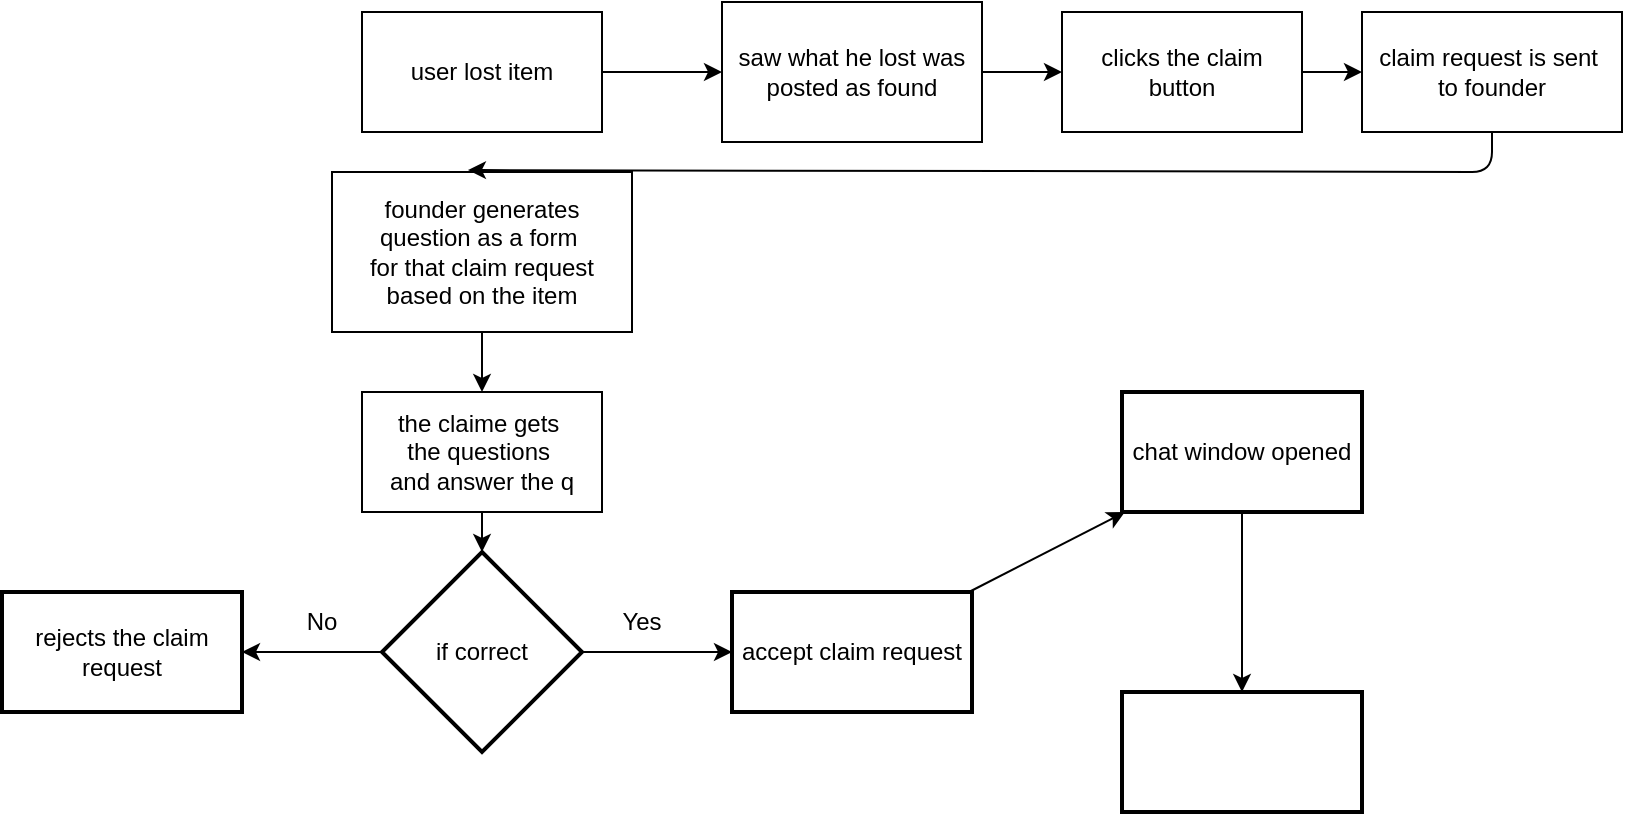
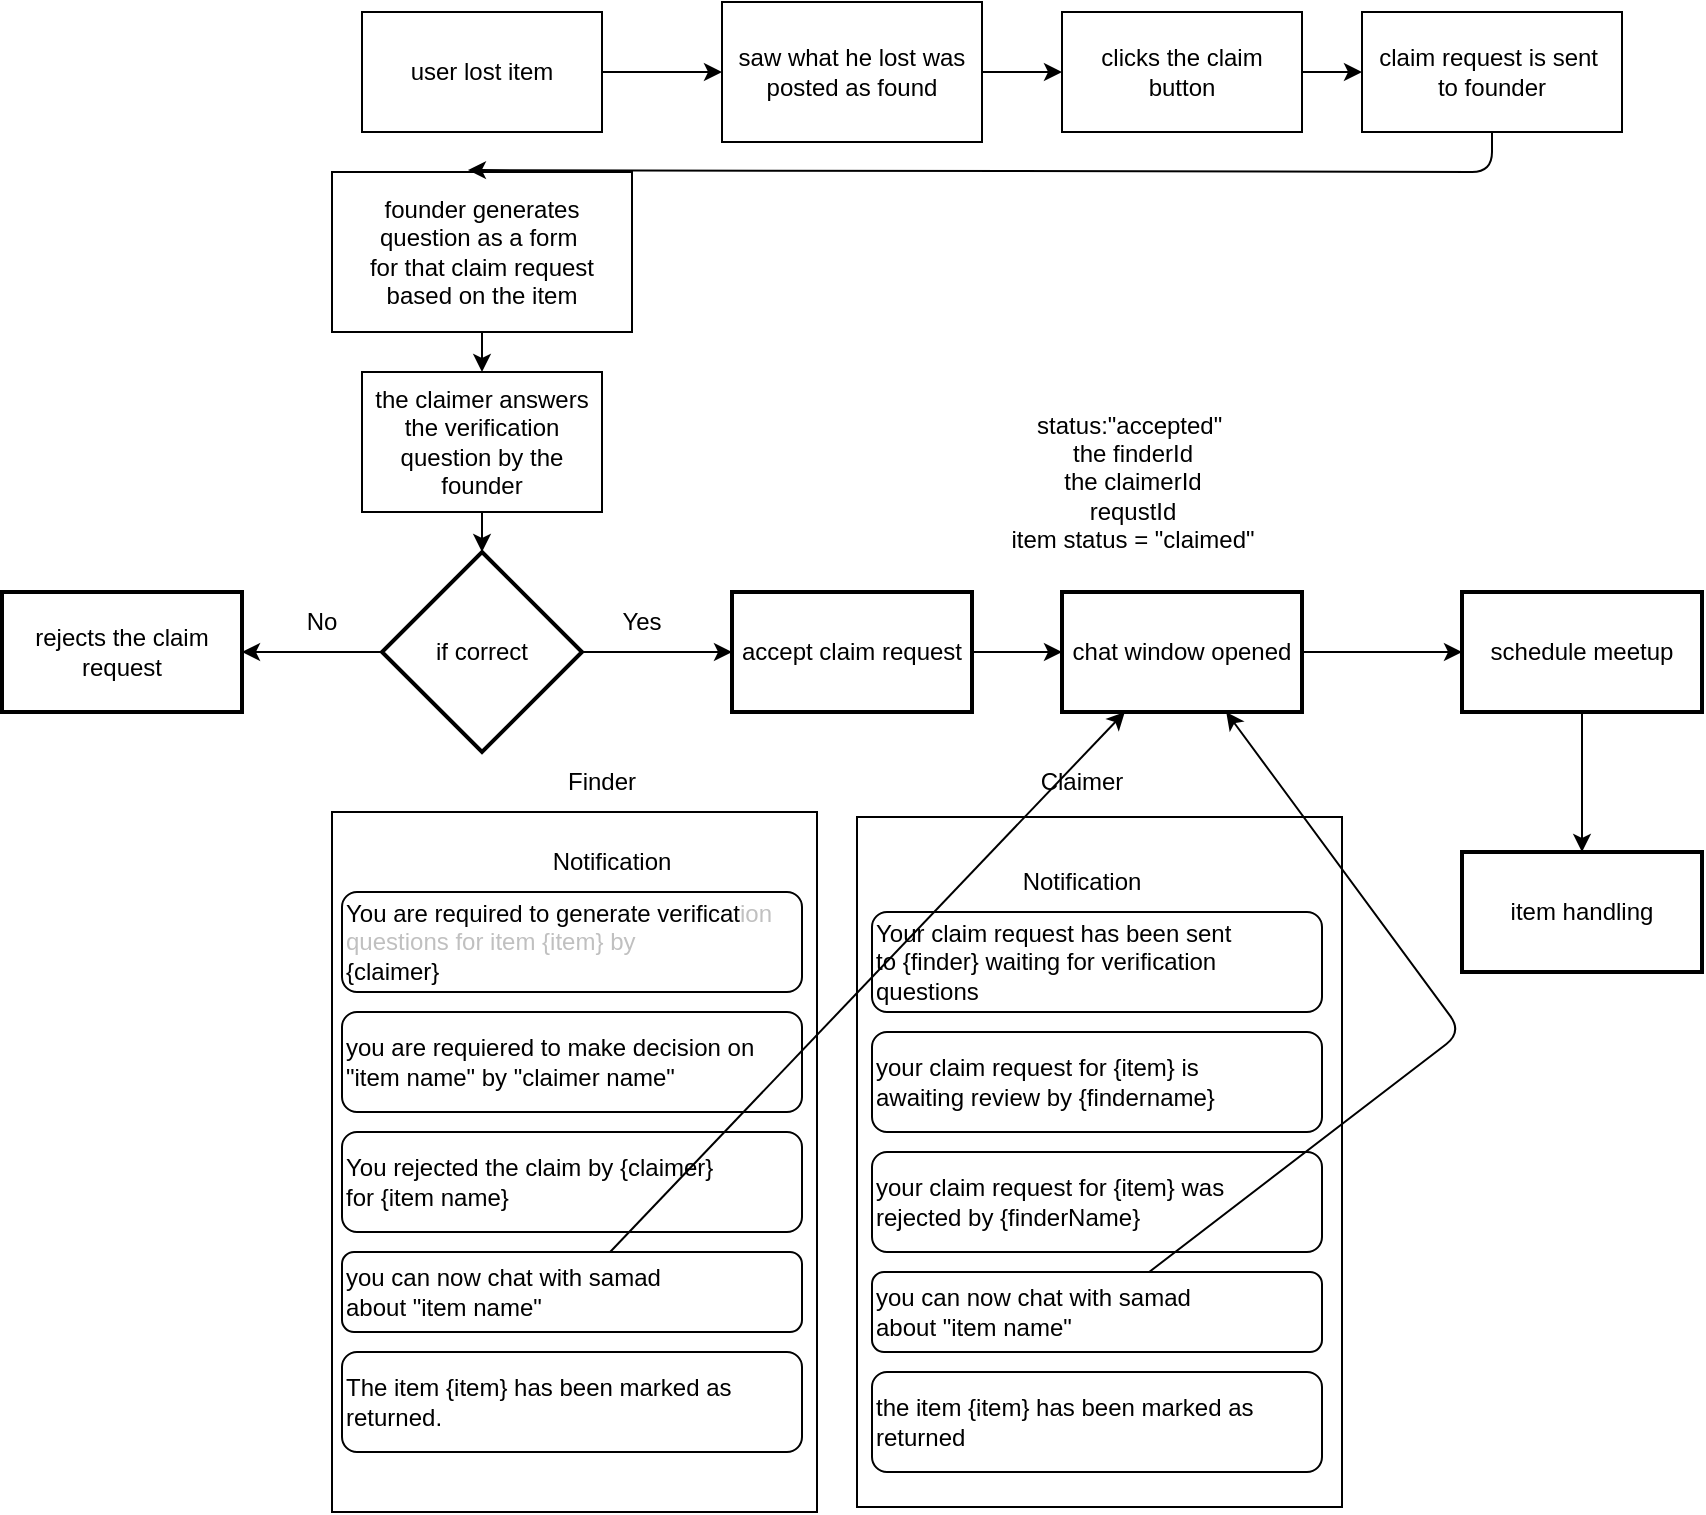
<mxfile host="65bd71144e">
    <diagram id="sjTv0YCN3FJlPjP7VC1Z" name="Page-1">
        <mxGraphModel dx="1722" dy="475" grid="1" gridSize="10" guides="1" tooltips="1" connect="1" arrows="1" fold="1" page="1" pageScale="1" pageWidth="850" pageHeight="1100" math="0" shadow="0">
            <root>
                <mxCell id="0"/>
                <mxCell id="1" parent="0"/>
                <mxCell id="12" value="" style="edgeStyle=none;html=1;" parent="1" source="5" target="6" edge="1">
                    <mxGeometry relative="1" as="geometry"/>
                </mxCell>
                <mxCell id="5" value="user lost item" style="rounded=0;whiteSpace=wrap;html=1;" parent="1" vertex="1">
                    <mxGeometry x="100" y="130" width="120" height="60" as="geometry"/>
                </mxCell>
                <mxCell id="13" value="" style="edgeStyle=none;html=1;" parent="1" source="6" target="7" edge="1">
                    <mxGeometry relative="1" as="geometry"/>
                </mxCell>
                <mxCell id="6" value="saw what he lost was&lt;div&gt;posted as found&lt;/div&gt;" style="rounded=0;whiteSpace=wrap;html=1;" parent="1" vertex="1">
                    <mxGeometry x="280" y="125" width="130" height="70" as="geometry"/>
                </mxCell>
                <mxCell id="14" value="" style="edgeStyle=none;html=1;" parent="1" source="7" target="8" edge="1">
                    <mxGeometry relative="1" as="geometry"/>
                </mxCell>
                <mxCell id="7" value="clicks the claim&lt;div&gt;button&lt;/div&gt;" style="rounded=0;whiteSpace=wrap;html=1;" parent="1" vertex="1">
                    <mxGeometry x="450" y="130" width="120" height="60" as="geometry"/>
                </mxCell>
                <mxCell id="8" value="claim request is sent&amp;nbsp;&lt;div&gt;to founder&lt;/div&gt;" style="rounded=0;whiteSpace=wrap;html=1;" parent="1" vertex="1">
                    <mxGeometry x="600" y="130" width="130" height="60" as="geometry"/>
                </mxCell>
-                 <mxCell id="31" value="" style="edgeStyle=none;html=1;" edge="1" parent="1" source="9" target="30">
+                 <mxCell id="31" value="" style="edgeStyle=none;html=1;" parent="1" source="9" target="30" edge="1">
                    <mxGeometry relative="1" as="geometry"/>
                </mxCell>
                <mxCell id="9" value="founder generates&lt;div&gt;question as a form&amp;nbsp;&lt;/div&gt;&lt;div&gt;for that claim request&lt;/div&gt;&lt;div&gt;based on the item&lt;/div&gt;" style="rounded=0;whiteSpace=wrap;html=1;" parent="1" vertex="1">
                    <mxGeometry x="85" y="210" width="150" height="80" as="geometry"/>
                </mxCell>
                <mxCell id="15" style="edgeStyle=none;html=1;entryX=0.453;entryY=-0.012;entryDx=0;entryDy=0;entryPerimeter=0;" parent="1" source="8" target="9" edge="1">
                    <mxGeometry relative="1" as="geometry">
                        <mxPoint x="150" y="250" as="targetPoint"/>
                        <Array as="points">
                            <mxPoint x="665" y="210"/>
                        </Array>
                    </mxGeometry>
                </mxCell>
                <mxCell id="19" value="" style="edgeStyle=none;html=1;" parent="1" source="16" target="18" edge="1">
                    <mxGeometry relative="1" as="geometry"/>
                </mxCell>
                <mxCell id="21" value="" style="edgeStyle=none;html=1;" parent="1" source="16" target="20" edge="1">
                    <mxGeometry relative="1" as="geometry"/>
                </mxCell>
                <mxCell id="16" value="if correct" style="strokeWidth=2;html=1;shape=mxgraph.flowchart.decision;whiteSpace=wrap;" parent="1" vertex="1">
                    <mxGeometry x="110" y="400" width="100" height="100" as="geometry"/>
                </mxCell>
                <mxCell id="18" value="rejects the claim request" style="whiteSpace=wrap;html=1;strokeWidth=2;" parent="1" vertex="1">
                    <mxGeometry x="-80" y="420" width="120" height="60" as="geometry"/>
                </mxCell>
                <mxCell id="25" value="" style="edgeStyle=none;html=1;" parent="1" source="20" target="24" edge="1">
                    <mxGeometry relative="1" as="geometry"/>
                </mxCell>
                <mxCell id="20" value="accept claim request" style="whiteSpace=wrap;html=1;strokeWidth=2;" parent="1" vertex="1">
                    <mxGeometry x="285" y="420" width="120" height="60" as="geometry"/>
                </mxCell>
                <mxCell id="22" value="No" style="text;html=1;align=center;verticalAlign=middle;whiteSpace=wrap;rounded=0;" parent="1" vertex="1">
                    <mxGeometry x="50" y="420" width="60" height="30" as="geometry"/>
                </mxCell>
                <mxCell id="23" value="Yes" style="text;html=1;align=center;verticalAlign=middle;whiteSpace=wrap;rounded=0;" parent="1" vertex="1">
                    <mxGeometry x="210" y="420" width="60" height="30" as="geometry"/>
                </mxCell>
                <mxCell id="29" value="" style="edgeStyle=none;html=1;" parent="1" source="24" target="28" edge="1">
                    <mxGeometry relative="1" as="geometry"/>
                </mxCell>
                <mxCell id="24" value="chat window opened" style="whiteSpace=wrap;html=1;strokeWidth=2;" parent="1" vertex="1">
-                     <mxGeometry x="480" y="320" width="120" height="60" as="geometry"/>
+                     <mxGeometry x="450" y="420" width="120" height="60" as="geometry"/>
                </mxCell>
-                 <mxCell id="28" value="" style="whiteSpace=wrap;html=1;strokeWidth=2;" parent="1" vertex="1">
-                     <mxGeometry x="480" y="470" width="120" height="60" as="geometry"/>
-                 </mxCell>
-                 <mxCell id="32" value="" style="edgeStyle=none;html=1;" edge="1" parent="1" source="30" target="16">
+                 <mxCell id="60" value="" style="edgeStyle=none;html=1;" edge="1" parent="1" source="28" target="59">
                    <mxGeometry relative="1" as="geometry"/>
                </mxCell>
-                 <mxCell id="30" value="the claime gets&amp;nbsp;&lt;div&gt;the questions&amp;nbsp;&lt;/div&gt;&lt;div&gt;and answer the q&lt;/div&gt;" style="whiteSpace=wrap;html=1;" vertex="1" parent="1">
-                     <mxGeometry x="100" y="320" width="120" height="60" as="geometry"/>
+                 <mxCell id="28" value="schedule meetup" style="whiteSpace=wrap;html=1;strokeWidth=2;" parent="1" vertex="1">
+                     <mxGeometry x="650" y="420" width="120" height="60" as="geometry"/>
+                 </mxCell>
+                 <mxCell id="32" value="" style="edgeStyle=none;html=1;" parent="1" source="30" target="16" edge="1">
+                     <mxGeometry relative="1" as="geometry"/>
+                 </mxCell>
+                 <mxCell id="30" value="the claimer answers&lt;div&gt;the verification question by the founder&lt;/div&gt;" style="whiteSpace=wrap;html=1;" parent="1" vertex="1">
+                     <mxGeometry x="100" y="310" width="120" height="70" as="geometry"/>
+                 </mxCell>
+                 <mxCell id="38" value="" style="rounded=0;whiteSpace=wrap;html=1;rotation=90;" parent="1" vertex="1">
+                     <mxGeometry x="31.25" y="583.75" width="350" height="242.5" as="geometry"/>
+                 </mxCell>
+                 <mxCell id="35" value="Notification" style="text;html=1;align=center;verticalAlign=middle;whiteSpace=wrap;rounded=0;" parent="1" vertex="1">
+                     <mxGeometry x="170" y="540" width="110" height="30" as="geometry"/>
+                 </mxCell>
+                 <mxCell id="36" value="you can now chat with samad&lt;div&gt;about &quot;item name&quot;&lt;/div&gt;" style="rounded=1;whiteSpace=wrap;html=1;align=left;" parent="1" vertex="1">
+                     <mxGeometry x="90" y="750" width="230" height="40" as="geometry"/>
+                 </mxCell>
+                 <mxCell id="37" value="&lt;div style=&quot;&quot;&gt;&lt;span style=&quot;background-color: transparent;&quot;&gt;you are requiered to make decision on &quot;item name&quot; by &quot;claimer name&quot;&lt;/span&gt;&lt;/div&gt;" style="rounded=1;whiteSpace=wrap;html=1;align=left;" parent="1" vertex="1">
+                     <mxGeometry x="90" y="630" width="230" height="50" as="geometry"/>
+                 </mxCell>
+                 <mxCell id="40" value="You rejected the claim by {claimer}&lt;div&gt;for {item name}&lt;/div&gt;" style="rounded=1;whiteSpace=wrap;html=1;align=left;" parent="1" vertex="1">
+                     <mxGeometry x="90" y="690" width="230" height="50" as="geometry"/>
+                 </mxCell>
+                 <mxCell id="41" value="The item {item} has been marked as&amp;nbsp;&lt;div&gt;returned.&lt;/div&gt;" style="rounded=1;whiteSpace=wrap;html=1;align=left;" parent="1" vertex="1">
+                     <mxGeometry x="90" y="800" width="230" height="50" as="geometry"/>
+                 </mxCell>
+                 <mxCell id="43" value="" style="rounded=0;whiteSpace=wrap;html=1;rotation=90;" parent="1" vertex="1">
+                     <mxGeometry x="296.25" y="583.75" width="345" height="242.5" as="geometry"/>
+                 </mxCell>
+                 <mxCell id="44" value="Notification" style="text;html=1;align=center;verticalAlign=middle;whiteSpace=wrap;rounded=0;" parent="1" vertex="1">
+                     <mxGeometry x="405" y="550" width="110" height="30" as="geometry"/>
+                 </mxCell>
+                 <mxCell id="45" value="you can now chat with samad&lt;div&gt;about &quot;item name&quot;&lt;/div&gt;" style="rounded=1;whiteSpace=wrap;html=1;align=left;" parent="1" vertex="1">
+                     <mxGeometry x="355" y="760" width="225" height="40" as="geometry"/>
+                 </mxCell>
+                 <mxCell id="46" value="&lt;div style=&quot;&quot;&gt;your claim request for {item} is&amp;nbsp;&lt;/div&gt;&lt;div style=&quot;&quot;&gt;awaiting review by {findername}&lt;/div&gt;" style="rounded=1;whiteSpace=wrap;html=1;align=left;" parent="1" vertex="1">
+                     <mxGeometry x="355" y="640" width="225" height="50" as="geometry"/>
+                 </mxCell>
+                 <mxCell id="47" value="your claim request for {item} was&amp;nbsp;&lt;div&gt;rejected by {finderName}&lt;/div&gt;" style="rounded=1;whiteSpace=wrap;html=1;align=left;" parent="1" vertex="1">
+                     <mxGeometry x="355" y="700" width="225" height="50" as="geometry"/>
+                 </mxCell>
+                 <mxCell id="48" value="the item {item} has been marked as&lt;div&gt;returned&lt;/div&gt;" style="rounded=1;whiteSpace=wrap;html=1;align=left;" parent="1" vertex="1">
+                     <mxGeometry x="355" y="810" width="225" height="50" as="geometry"/>
+                 </mxCell>
+                 <mxCell id="49" value="Finder" style="text;html=1;align=center;verticalAlign=middle;whiteSpace=wrap;rounded=0;" parent="1" vertex="1">
+                     <mxGeometry x="190" y="500" width="60" height="30" as="geometry"/>
+                 </mxCell>
+                 <mxCell id="51" value="Claimer" style="text;html=1;align=center;verticalAlign=middle;whiteSpace=wrap;rounded=0;" parent="1" vertex="1">
+                     <mxGeometry x="430" y="500" width="60" height="30" as="geometry"/>
+                 </mxCell>
+                 <mxCell id="52" value="You are required to generate verificat&lt;span style=&quot;color: rgb(192, 192, 192); background-color: transparent;&quot;&gt;ion questions for item {item} by&amp;nbsp;&lt;/span&gt;&lt;div&gt;{claimer}&lt;/div&gt;" style="rounded=1;whiteSpace=wrap;html=1;align=left;" vertex="1" parent="1">
+                     <mxGeometry x="90" y="570" width="230" height="50" as="geometry"/>
+                 </mxCell>
+                 <mxCell id="53" value="Your claim request has been sent&lt;div&gt;to {finder} waiting for verification&lt;/div&gt;&lt;div&gt;questions&lt;/div&gt;" style="rounded=1;whiteSpace=wrap;html=1;align=left;" vertex="1" parent="1">
+                     <mxGeometry x="355" y="580" width="225" height="50" as="geometry"/>
+                 </mxCell>
+                 <mxCell id="54" style="edgeStyle=none;html=1;" edge="1" parent="1" source="45" target="24">
+                     <mxGeometry relative="1" as="geometry">
+                         <Array as="points">
+                             <mxPoint x="650" y="640"/>
+                         </Array>
+                     </mxGeometry>
+                 </mxCell>
+                 <mxCell id="56" style="edgeStyle=none;html=1;" edge="1" parent="1" source="36" target="24">
+                     <mxGeometry relative="1" as="geometry">
+                         <mxPoint x="50" y="770" as="targetPoint"/>
+                     </mxGeometry>
+                 </mxCell>
+                 <mxCell id="57" value="status:&quot;accepted&quot;&amp;nbsp;&lt;div&gt;the finderId&lt;/div&gt;&lt;div&gt;the claimerId&lt;/div&gt;&lt;div&gt;requstId&lt;/div&gt;&lt;div&gt;item status = &quot;claimed&quot;&lt;/div&gt;" style="text;html=1;align=center;verticalAlign=middle;resizable=0;points=[];autosize=1;strokeColor=none;fillColor=none;" vertex="1" parent="1">
+                     <mxGeometry x="410" y="320" width="150" height="90" as="geometry"/>
+                 </mxCell>
+                 <mxCell id="59" value="item handling" style="whiteSpace=wrap;html=1;strokeWidth=2;" vertex="1" parent="1">
+                     <mxGeometry x="650" y="550" width="120" height="60" as="geometry"/>
                </mxCell>
            </root>
        </mxGraphModel>
    </diagram>
</mxfile>